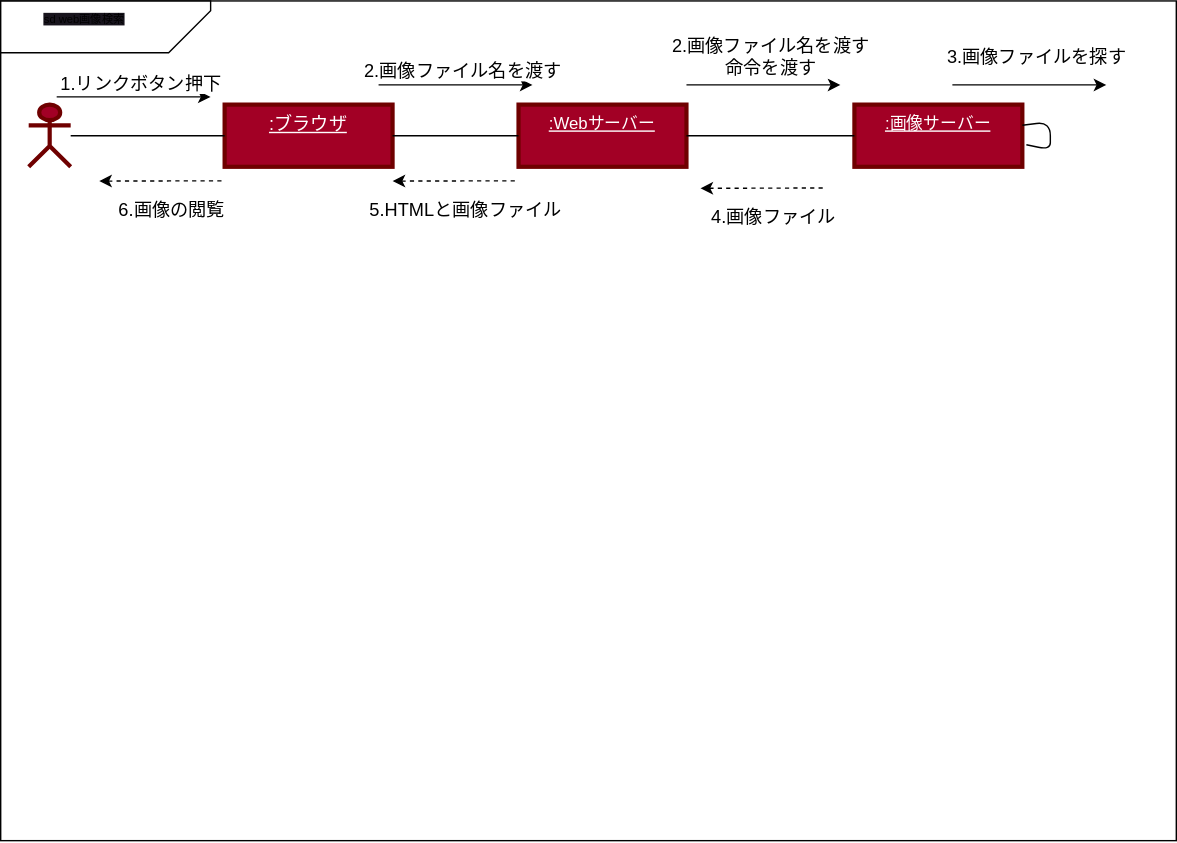
Before: 演習５/演習５-1_CD_Web画像検索.drawio.svg, a diagram exported from draw.io (Kuya0307/unl-introduction). Source tidied: cells renumbered, new cells last; positions are measured from the earlier drawing's top-left corner, leaving out a move shared by most shapes. The source it was exported from:
```xml
<mxGraphModel>
  <root>
    <mxCell id="0" />
    <mxCell id="1" parent="0" />
    <mxCell id="2" style="group;" parent="1" vertex="1">
      <mxGeometry width="840" height="600" as="geometry" />
    </mxCell>
    <mxCell id="3" style="rounded=0;whiteSpace=wrap;html=1;" parent="2" vertex="1">
      <mxGeometry width="840" height="600" as="geometry" />
    </mxCell>
    <mxCell id="4" style="shape=card;whiteSpace=wrap;html=1;rotation=-180;align=center;" parent="2" vertex="1">
      <mxGeometry width="150" height="37" as="geometry" />
    </mxCell>
    <mxCell id="5" value="&lt;span style=&quot;background-color: rgb(24, 20, 29); font-size: 8px;&quot;&gt;sd web画像検索&lt;br&gt;&lt;br&gt;&lt;/span&gt;" style="text;html=1;strokeColor=none;fillColor=none;align=center;verticalAlign=middle;whiteSpace=wrap;rounded=0;" parent="2" vertex="1">
      <mxGeometry x="30" y="7.4" width="60" height="22.2" as="geometry" />
    </mxCell>
    <mxCell id="6" value=":ユーザ" style="shape=umlActor;verticalLabelPosition=bottom;verticalAlign=top;html=1;outlineConnect=0;strokeWidth=3;fontSize=12;fillColor=#a20025;fontColor=#ffffff;strokeColor=#6F0000;" parent="2" vertex="1">
      <mxGeometry x="20" y="74.1" width="30" height="44.4" as="geometry" />
    </mxCell>
    <mxCell id="7" value="&lt;u&gt;&lt;font style=&quot;font-size: 13px;&quot;&gt;:ブラウザ&lt;/font&gt;&lt;/u&gt;" style="whiteSpace=wrap;html=1;verticalAlign=top;fillColor=#a20025;strokeColor=#6F0000;fontColor=#ffffff;strokeWidth=3;" parent="2" vertex="1">
      <mxGeometry x="160" y="74.1" width="120" height="44.4" as="geometry" />
    </mxCell>
    <mxCell id="8" style="edgeStyle=none;html=1;fontSize=12;endArrow=none;endFill=0;" parent="2" edge="1" source="6" target="7">
      <mxGeometry relative="1" as="geometry" />
    </mxCell>
    <mxCell id="9" value="&lt;u&gt;:Webサーバー&lt;/u&gt;" style="whiteSpace=wrap;html=1;verticalAlign=top;fillColor=#a20025;strokeColor=#6F0000;fontColor=#ffffff;strokeWidth=3;" parent="2" vertex="1">
      <mxGeometry x="370" y="74.1" width="120" height="44.4" as="geometry" />
    </mxCell>
    <mxCell id="10" style="edgeStyle=none;html=1;fontSize=13;endArrow=none;endFill=0;" parent="2" edge="1" source="7" target="9">
      <mxGeometry relative="1" as="geometry" />
    </mxCell>
    <mxCell id="11" value="&lt;u&gt;:画像サーバー&lt;/u&gt;" style="whiteSpace=wrap;html=1;verticalAlign=top;fillColor=#a20025;strokeColor=#6F0000;fontColor=#ffffff;strokeWidth=3;" parent="2" vertex="1">
      <mxGeometry x="610" y="74.1" width="120" height="44.4" as="geometry" />
    </mxCell>
    <mxCell id="12" style="edgeStyle=none;html=1;fontSize=13;endArrow=none;endFill=0;" parent="2" edge="1" source="9" target="11">
      <mxGeometry relative="1" as="geometry" />
    </mxCell>
    <mxCell id="13" style="endArrow=classic;html=1;fontSize=13;" parent="2" edge="1">
      <mxGeometry relative="1" as="geometry">
        <mxPoint x="40" y="68.6" as="sourcePoint" />
        <mxPoint x="150" y="68.6" as="targetPoint" />
      </mxGeometry>
    </mxCell>
    <mxCell id="14" value="1.リンクボタン押下" style="edgeLabel;html=1;align=center;verticalAlign=middle;strokeWidth=3;fontSize=13;" parent="13" vertex="1">
      <mxGeometry relative="1" as="geometry">
        <mxPoint x="5" y="-10" as="offset" />
      </mxGeometry>
    </mxCell>
    <mxCell id="15" style="endArrow=classic;html=1;fontSize=13;" parent="2" edge="1">
      <mxGeometry relative="1" as="geometry">
        <mxPoint x="270" y="60" as="sourcePoint" />
        <mxPoint x="380" y="60" as="targetPoint" />
      </mxGeometry>
    </mxCell>
    <mxCell id="16" value="2.画像ファイル名を渡す" style="edgeLabel;html=1;align=center;verticalAlign=middle;strokeWidth=3;fontSize=13;" parent="15" vertex="1">
      <mxGeometry relative="1" as="geometry">
        <mxPoint x="5" y="-10" as="offset" />
      </mxGeometry>
    </mxCell>
    <mxCell id="17" style="endArrow=classic;html=1;fontSize=13;" parent="2" edge="1">
      <mxGeometry relative="1" as="geometry">
        <mxPoint x="490" y="60" as="sourcePoint" />
        <mxPoint x="600" y="60" as="targetPoint" />
      </mxGeometry>
    </mxCell>
    <mxCell id="18" value="2.画像ファイル名を渡す&lt;br&gt;命令を渡す" style="edgeLabel;html=1;align=center;verticalAlign=middle;strokeWidth=3;fontSize=13;" parent="17" vertex="1">
      <mxGeometry relative="1" as="geometry">
        <mxPoint x="5" y="-20" as="offset" />
      </mxGeometry>
    </mxCell>
    <mxCell id="19" style="edgeStyle=none;html=1;entryX=1.024;entryY=0.646;entryDx=0;entryDy=0;entryPerimeter=0;fontSize=13;endArrow=none;endFill=0;" parent="2" edge="1" source="11" target="11">
      <mxGeometry relative="1" as="geometry" />
    </mxCell>
    <mxCell id="20" style="endArrow=classic;html=1;fontSize=13;" parent="2" edge="1">
      <mxGeometry relative="1" as="geometry">
        <mxPoint x="680" y="60" as="sourcePoint" />
        <mxPoint x="790" y="60" as="targetPoint" />
      </mxGeometry>
    </mxCell>
    <mxCell id="21" value="3.画像ファイルを探す" style="edgeLabel;html=1;align=center;verticalAlign=middle;strokeWidth=3;fontSize=13;" parent="20" vertex="1">
      <mxGeometry relative="1" as="geometry">
        <mxPoint x="5" y="-20" as="offset" />
      </mxGeometry>
    </mxCell>
    <mxCell id="22" style="endArrow=none;dashed=1;html=1;fontSize=13;entryX=0.69;entryY=0.314;entryDx=0;entryDy=0;entryPerimeter=0;startArrow=classic;startFill=1;" parent="2" edge="1">
      <mxGeometry relative="1" as="geometry">
        <mxPoint x="500" y="133.9" as="sourcePoint" />
        <mxPoint x="589.6" y="133.7" as="targetPoint" />
        <Array as="points">
          <mxPoint x="560" y="133.7" />
        </Array>
      </mxGeometry>
    </mxCell>
    <mxCell id="23" value="4.画像ファイル" style="edgeLabel;html=1;align=center;verticalAlign=middle;fontSize=13;" parent="22" vertex="1">
      <mxGeometry x="0.16" y="1" relative="1" as="geometry">
        <mxPoint y="21" as="offset" />
      </mxGeometry>
    </mxCell>
    <mxCell id="24" style="endArrow=none;dashed=1;html=1;fontSize=13;entryX=0.69;entryY=0.314;entryDx=0;entryDy=0;entryPerimeter=0;startArrow=classic;startFill=1;" parent="2" edge="1">
      <mxGeometry relative="1" as="geometry">
        <mxPoint x="280" y="128.7" as="sourcePoint" />
        <mxPoint x="369.6" y="128.6" as="targetPoint" />
        <Array as="points">
          <mxPoint x="340" y="128.6" />
        </Array>
      </mxGeometry>
    </mxCell>
    <mxCell id="25" value="5.HTMLと画像ファイル" style="edgeLabel;html=1;align=center;verticalAlign=middle;fontSize=13;" parent="24" vertex="1">
      <mxGeometry x="0.16" y="1" relative="1" as="geometry">
        <mxPoint y="21" as="offset" />
      </mxGeometry>
    </mxCell>
    <mxCell id="26" style="endArrow=none;dashed=1;html=1;fontSize=13;entryX=0.69;entryY=0.314;entryDx=0;entryDy=0;entryPerimeter=0;startArrow=classic;startFill=1;" parent="2" edge="1">
      <mxGeometry relative="1" as="geometry">
        <mxPoint x="70.4" y="128.7" as="sourcePoint" />
        <mxPoint x="160" y="128.6" as="targetPoint" />
        <Array as="points">
          <mxPoint x="130.4" y="128.6" />
        </Array>
      </mxGeometry>
    </mxCell>
    <mxCell id="27" value="6.画像の閲覧" style="edgeLabel;html=1;align=center;verticalAlign=middle;fontSize=13;" parent="26" vertex="1">
      <mxGeometry x="0.16" y="1" relative="1" as="geometry">
        <mxPoint y="21" as="offset" />
      </mxGeometry>
    </mxCell>
  </root>
</mxGraphModel>
```
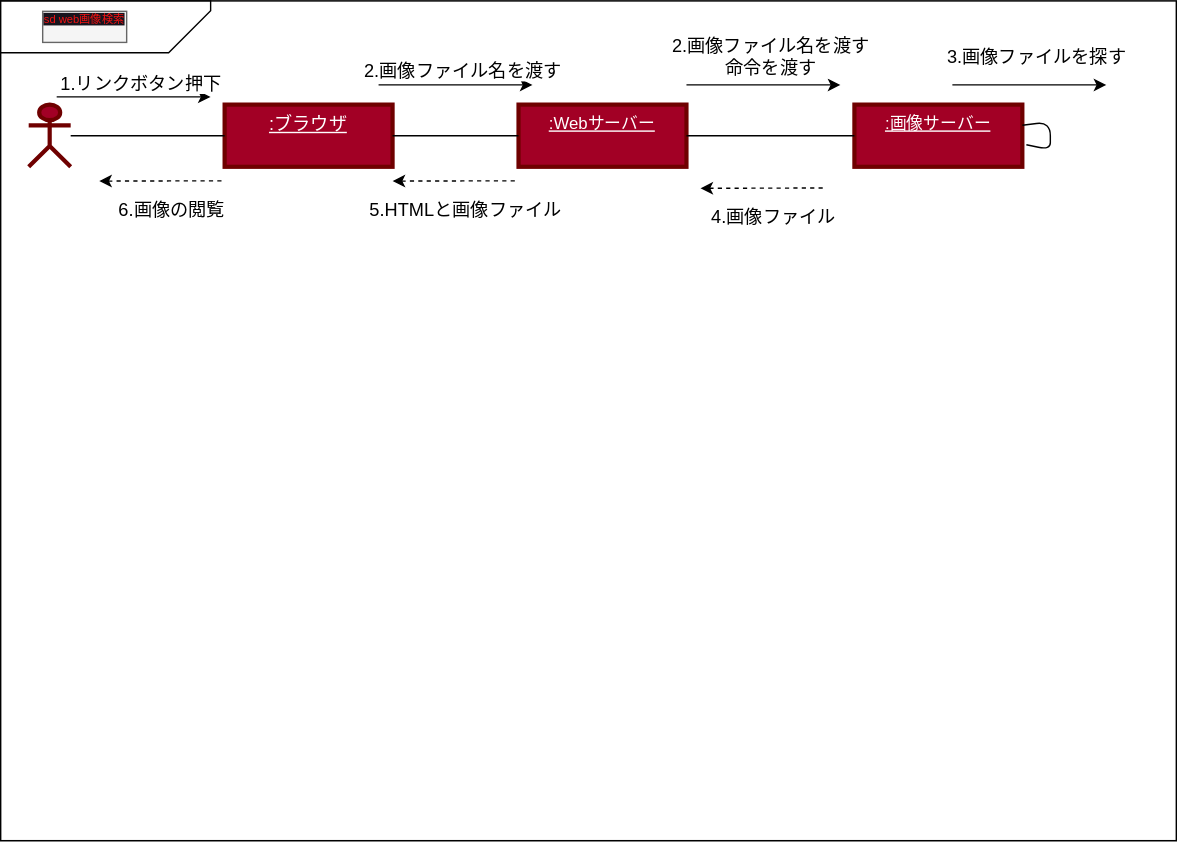
Later version of the same file.

Diff of the diagram source:
```diff
@@ -2,16 +2,16 @@
   <root>
     <mxCell id="0" />
     <mxCell id="1" parent="0" />
-    <mxCell id="2" style="group;" parent="1" vertex="1">
+    <mxCell id="2" style="group;fillColor=#f5f5f5;fontColor=#333333;strokeColor=#666666;" parent="1" vertex="1">
       <mxGeometry width="840" height="600" as="geometry" />
     </mxCell>
-    <mxCell id="3" style="rounded=0;whiteSpace=wrap;html=1;" parent="2" vertex="1">
+    <mxCell id="3" style="rounded=0;whiteSpace=wrap;html=1;fontColor=#e81717;" parent="2" vertex="1">
       <mxGeometry width="840" height="600" as="geometry" />
     </mxCell>
     <mxCell id="4" style="shape=card;whiteSpace=wrap;html=1;rotation=-180;align=center;" parent="2" vertex="1">
       <mxGeometry width="150" height="37" as="geometry" />
     </mxCell>
-    <mxCell id="5" value="&lt;span style=&quot;background-color: rgb(24, 20, 29); font-size: 8px;&quot;&gt;sd web画像検索&lt;br&gt;&lt;br&gt;&lt;/span&gt;" style="text;html=1;strokeColor=none;fillColor=none;align=center;verticalAlign=middle;whiteSpace=wrap;rounded=0;" parent="2" vertex="1">
+    <mxCell id="5" value="&lt;span style=&quot;background-color: rgb(24, 20, 29); font-size: 8px;&quot;&gt;&lt;font color=&quot;#f31212&quot;&gt;sd web画像検索&lt;br&gt;&lt;/font&gt;&lt;br&gt;&lt;/span&gt;" style="text;html=1;strokeColor=#666666;fillColor=#f5f5f5;align=center;verticalAlign=middle;whiteSpace=wrap;rounded=0;fontColor=#333333;" parent="2" vertex="1">
       <mxGeometry x="30" y="7.4" width="60" height="22.2" as="geometry" />
     </mxCell>
     <mxCell id="6" value=":ユーザ" style="shape=umlActor;verticalLabelPosition=bottom;verticalAlign=top;html=1;outlineConnect=0;strokeWidth=3;fontSize=12;fillColor=#a20025;fontColor=#ffffff;strokeColor=#6F0000;" parent="2" vertex="1">
```
